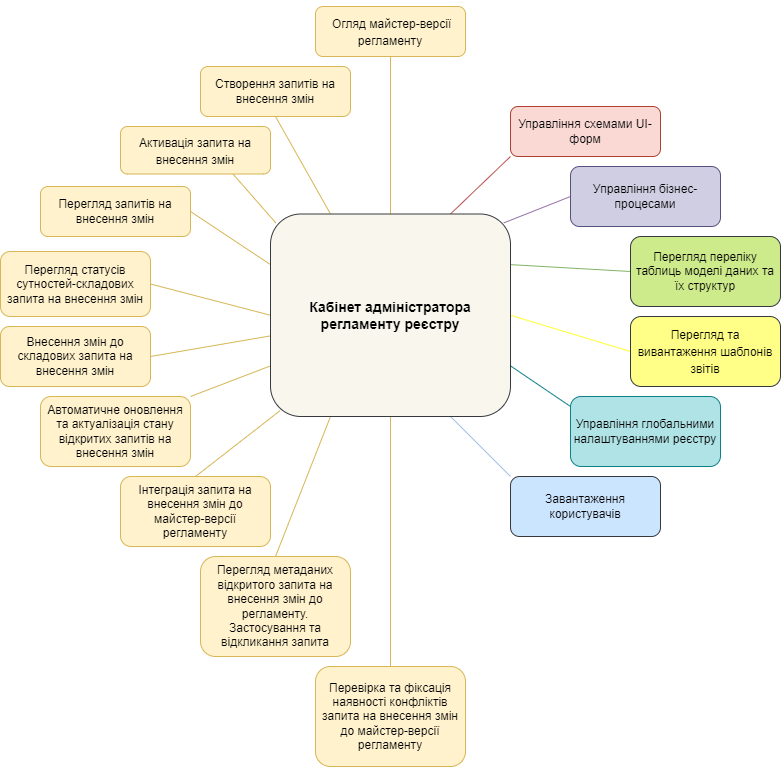
epam/edp-ddm-architecture keeps this draw.io diagram as docs/en/modules/registry-develop/images/registry-admin/admin-portal/admin-portal-new-diagram.png. Above is the earlier version. Source tidied: cells renumbered, new cells last; positions are measured from the earlier drawing's top-left corner, leaving out a move shared by most shapes.
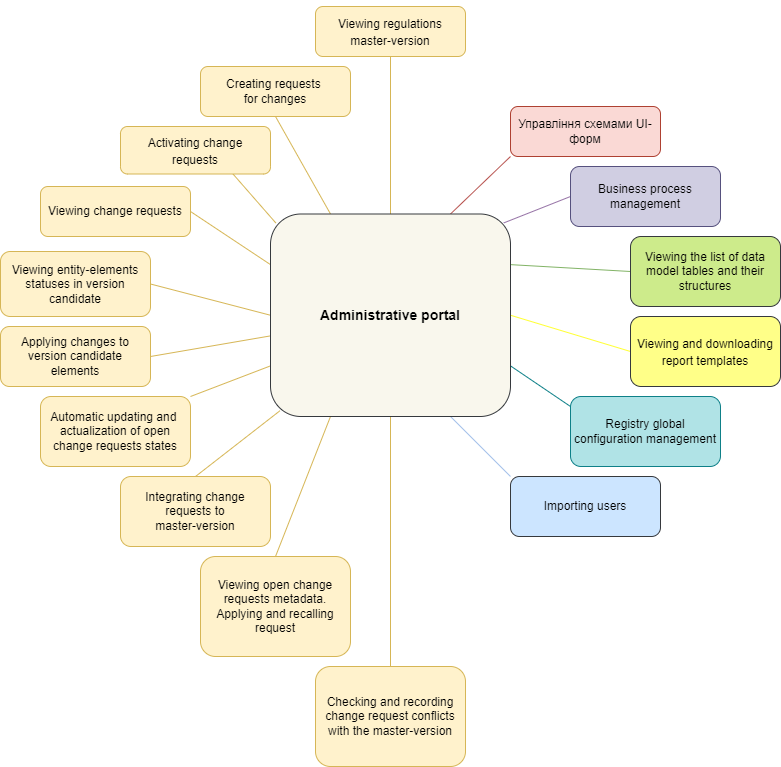
Above is the later version.

Commit message:
[EDP-DDM-25987] Added admin-portal overview, translated admin-portal overview, translated admin-portal-new-diagram

Change to the diagram source:
```diff
@@ -52,55 +52,55 @@
     <mxCell id="17" style="edgeStyle=none;rounded=0;jettySize=auto;html=1;exitX=0.25;exitY=0;exitDx=0;exitDy=0;entryX=0.5;entryY=1;entryDx=0;entryDy=0;fontSize=14;endArrow=none;endFill=0;fillColor=#fff2cc;strokeColor=#d6b656;" parent="1" edge="1" source="18" target="23">
       <mxGeometry relative="1" as="geometry" />
     </mxCell>
-    <mxCell id="18" value="&lt;font style=&quot;font-size: 14px&quot;&gt;&lt;b&gt;Кабінет адміністратора регламенту реєстру&lt;/b&gt;&lt;/font&gt;" style="rounded=1;whiteSpace=wrap;html=1;fillColor=#f9f7ed;strokeColor=#36393d;" parent="1" vertex="1">
+    <mxCell id="18" value="&lt;font style=&quot;font-size: 14px&quot;&gt;&lt;b&gt;Administrative portal&lt;/b&gt;&lt;/font&gt;" style="rounded=1;whiteSpace=wrap;html=1;fillColor=#f9f7ed;strokeColor=#36393d;" parent="1" vertex="1">
       <mxGeometry x="270" y="207.5" width="240" height="202.5" as="geometry" />
     </mxCell>
-    <mxCell id="19" value="Перегляд запитів на внесення змін" style="rounded=1;whiteSpace=wrap;html=1;fillColor=#fff2cc;strokeColor=#d6b656;" parent="1" vertex="1">
+    <mxCell id="19" value="Viewing change requests" style="rounded=1;whiteSpace=wrap;html=1;fillColor=#fff2cc;strokeColor=#d6b656;" parent="1" vertex="1">
       <mxGeometry x="40" y="180" width="150" height="50" as="geometry" />
     </mxCell>
-    <mxCell id="20" value="Завантаження користувачів" style="rounded=1;whiteSpace=wrap;html=1;fillColor=#cce5ff;strokeColor=#36393d;" parent="1" vertex="1">
+    <mxCell id="20" value="Importing users" style="rounded=1;whiteSpace=wrap;html=1;fillColor=#cce5ff;strokeColor=#36393d;" parent="1" vertex="1">
       <mxGeometry x="510" y="470" width="150" height="60" as="geometry" />
     </mxCell>
-    <mxCell id="21" value="&lt;h3&gt;&lt;a name=&quot;_Toc115708263&quot; style=&quot;font-size: 12px&quot;&gt;&lt;span lang=&quot;UK&quot;&gt;&lt;span style=&quot;font-weight: normal&quot;&gt;&amp;nbsp;Огляд майстер-версії регламенту&lt;br&gt;&lt;/span&gt;&lt;/span&gt;&lt;/a&gt;&lt;/h3&gt;" style="rounded=1;whiteSpace=wrap;html=1;fillColor=#fff2cc;strokeColor=#d6b656;" parent="1" vertex="1">
+    <mxCell id="21" value="&lt;h3&gt;&lt;a name=&quot;_Toc115708263&quot; style=&quot;font-size: 12px&quot;&gt;&lt;span lang=&quot;UK&quot;&gt;&lt;span style=&quot;font-weight: normal&quot;&gt;Viewing regulations &lt;br&gt;master-version&lt;br&gt;&lt;/span&gt;&lt;/span&gt;&lt;/a&gt;&lt;/h3&gt;" style="rounded=1;whiteSpace=wrap;html=1;fillColor=#fff2cc;strokeColor=#d6b656;" parent="1" vertex="1">
       <mxGeometry x="315" width="150" height="50" as="geometry" />
     </mxCell>
-    <mxCell id="22" value="Перегляд статусів сутностей-складових запита на внесення змін&lt;br&gt;&lt;span style=&quot;font-size: 12.0pt ; line-height: 107% ; font-family: &amp;#34;calibri&amp;#34; , sans-serif&quot; lang=&quot;UK&quot;&gt;&lt;/span&gt;" style="rounded=1;whiteSpace=wrap;html=1;fillColor=#fff2cc;strokeColor=#d6b656;" parent="1" vertex="1">
+    <mxCell id="22" value="Viewing entity-elements&lt;br&gt;statuses in version&lt;br&gt;candidate" style="rounded=1;whiteSpace=wrap;html=1;fillColor=#fff2cc;strokeColor=#d6b656;" parent="1" vertex="1">
       <mxGeometry y="245" width="150" height="65" as="geometry" />
     </mxCell>
-    <mxCell id="23" value="&lt;span lang=&quot;UK&quot;&gt;Створення запитів на внесення змін &lt;/span&gt;" style="whiteSpace=wrap;html=1;fillColor=#fff2cc;strokeColor=#d6b656;rounded=1;" parent="1" vertex="1">
+    <mxCell id="23" value="&lt;span lang=&quot;UK&quot;&gt;Creating requests&amp;nbsp;&lt;br&gt;for changes&lt;br&gt;&lt;/span&gt;" style="whiteSpace=wrap;html=1;fillColor=#fff2cc;strokeColor=#d6b656;rounded=1;" parent="1" vertex="1">
       <mxGeometry x="200" y="60" width="150" height="50" as="geometry" />
     </mxCell>
-    <mxCell id="24" value="&lt;h3&gt;&lt;a name=&quot;_Toc115708266&quot; style=&quot;font-size: 12px&quot;&gt;&lt;span lang=&quot;UK&quot;&gt;&lt;span style=&quot;font-weight: normal&quot;&gt;Активація запита на внесення змін&lt;/span&gt;&lt;br&gt;&lt;/span&gt;&lt;/a&gt;&lt;/h3&gt;" style="whiteSpace=wrap;html=1;fillColor=#fff2cc;strokeColor=#d6b656;rounded=1;" parent="1" vertex="1">
+    <mxCell id="24" value="&lt;h3&gt;&lt;a name=&quot;_Toc115708266&quot; style=&quot;font-size: 12px&quot;&gt;&lt;span lang=&quot;UK&quot;&gt;&lt;span style=&quot;font-weight: normal&quot;&gt;Activating change&lt;br&gt;&lt;/span&gt;&lt;span style=&quot;font-weight: normal;&quot;&gt;requests&lt;/span&gt;&lt;/span&gt;&lt;/a&gt;&lt;/h3&gt;" style="whiteSpace=wrap;html=1;fillColor=#fff2cc;strokeColor=#d6b656;rounded=1;" parent="1" vertex="1">
       <mxGeometry x="120" y="120" width="150" height="47.5" as="geometry" />
     </mxCell>
-    <mxCell id="25" value="&lt;span lang=&quot;UK&quot;&gt;Внесення змін до складових запита на внесення змін &lt;/span&gt;" style="whiteSpace=wrap;html=1;fillColor=#fff2cc;strokeColor=#d6b656;rounded=1;" parent="1" vertex="1">
+    <mxCell id="25" value="&lt;span lang=&quot;UK&quot;&gt;Applying changes to&lt;br&gt;version candidate&lt;br&gt;elements&lt;br&gt;&lt;/span&gt;" style="whiteSpace=wrap;html=1;fillColor=#fff2cc;strokeColor=#d6b656;rounded=1;" parent="1" vertex="1">
       <mxGeometry y="320" width="150" height="60" as="geometry" />
     </mxCell>
-    <mxCell id="26" value="&lt;span lang=&quot;UK&quot;&gt;Автоматичне оновлення та актуалізація стану відкритих запитів на внесення змін&lt;br&gt;&lt;/span&gt;" style="whiteSpace=wrap;html=1;fillColor=#fff2cc;strokeColor=#d6b656;rounded=1;" parent="1" vertex="1">
+    <mxCell id="26" value="&lt;span lang=&quot;UK&quot;&gt;Automatic updating and&amp;nbsp;&lt;br&gt;actualization of open&lt;br&gt;change requests states&lt;br&gt;&lt;/span&gt;" style="whiteSpace=wrap;html=1;fillColor=#fff2cc;strokeColor=#d6b656;rounded=1;" parent="1" vertex="1">
       <mxGeometry x="40" y="390" width="150" height="70" as="geometry" />
     </mxCell>
-    <mxCell id="27" value="&lt;span lang=&quot;UK&quot;&gt;Інтеграція запита на внесення змін до майстер-версії регламенту&lt;/span&gt;" style="whiteSpace=wrap;html=1;fillColor=#fff2cc;strokeColor=#d6b656;rounded=1;" parent="1" vertex="1">
+    <mxCell id="27" value="&lt;span lang=&quot;UK&quot;&gt;Integrating change &lt;br&gt;requests to &lt;br&gt;master-version&lt;/span&gt;" style="whiteSpace=wrap;html=1;fillColor=#fff2cc;strokeColor=#d6b656;rounded=1;" parent="1" vertex="1">
       <mxGeometry x="120" y="470" width="150" height="70" as="geometry" />
     </mxCell>
-    <mxCell id="28" value="&lt;div&gt;&lt;a name=&quot;_Toc115708270&quot;&gt;&lt;span lang=&quot;UK&quot;&gt;Перегляд метаданих відкритого запита на внесення змін до регламенту.&lt;/span&gt;&lt;/a&gt;&lt;/div&gt;&lt;div&gt;&lt;a name=&quot;_Toc115708270&quot;&gt;&lt;span lang=&quot;UK&quot;&gt;Застосування та відкликання запита&lt;/span&gt;&lt;/a&gt;&lt;/div&gt;" style="whiteSpace=wrap;html=1;fillColor=#fff2cc;strokeColor=#d6b656;rounded=1;" parent="1" vertex="1">
+    <mxCell id="28" value="&lt;div&gt;Viewing open change requests metadata. Applying and recalling request&lt;/div&gt;" style="whiteSpace=wrap;html=1;fillColor=#fff2cc;strokeColor=#d6b656;rounded=1;" parent="1" vertex="1">
       <mxGeometry x="200" y="550" width="150" height="100" as="geometry" />
     </mxCell>
-    <mxCell id="29" value="&lt;span lang=&quot;UK&quot;&gt;Перевірка&lt;/span&gt;&lt;span lang=&quot;UK&quot;&gt; та фіксація наявності конфліктів запита на внесення змін до майстер-версії регламенту &lt;/span&gt;" style="whiteSpace=wrap;html=1;fillColor=#fff2cc;strokeColor=#d6b656;rounded=1;" parent="1" vertex="1">
+    <mxCell id="29" value="Checking and recording change request conflicts with the master-version" style="whiteSpace=wrap;html=1;fillColor=#fff2cc;strokeColor=#d6b656;rounded=1;" parent="1" vertex="1">
       <mxGeometry x="315" y="660" width="150" height="100" as="geometry" />
     </mxCell>
     <mxCell id="30" value="&lt;a name=&quot;_Toc115708272&quot;&gt;&lt;span lang=&quot;UK&quot;&gt;Управління&lt;/span&gt;&lt;span lang=&quot;UK&quot;&gt; схемами UI-форм&lt;br&gt;&lt;/span&gt;&lt;/a&gt;" style="rounded=1;whiteSpace=wrap;html=1;fillColor=#fad9d5;strokeColor=#ae4132;" parent="1" vertex="1">
       <mxGeometry x="510" y="100" width="150" height="50" as="geometry" />
     </mxCell>
-    <mxCell id="31" value="&lt;a name=&quot;_Toc115708273&quot;&gt;&lt;span lang=&quot;UK&quot;&gt;У&lt;/span&gt;&lt;span lang=&quot;UK&quot;&gt;правління бізнес-процесами&lt;br&gt;&lt;/span&gt;&lt;/a&gt;" style="rounded=1;whiteSpace=wrap;html=1;fillColor=#d0cee2;strokeColor=#56517e;" parent="1" vertex="1">
+    <mxCell id="31" value="&lt;a name=&quot;_Toc115708273&quot;&gt;&lt;span lang=&quot;UK&quot;&gt;Business process management&lt;br&gt;&lt;/span&gt;&lt;/a&gt;" style="rounded=1;whiteSpace=wrap;html=1;fillColor=#d0cee2;strokeColor=#56517e;" parent="1" vertex="1">
       <mxGeometry x="570" y="160" width="150" height="60" as="geometry" />
     </mxCell>
-    <mxCell id="32" value="&lt;a name=&quot;_Toc115708274&quot;&gt;&lt;span lang=&quot;UK&quot;&gt;Перегляд&lt;/span&gt;&lt;span lang=&quot;UK&quot;&gt; переліку таблиць моделі даних та їх структур&lt;/span&gt;&lt;/a&gt;" style="rounded=1;whiteSpace=wrap;html=1;fillColor=#cdeb8b;strokeColor=#36393d;" parent="1" vertex="1">
+    <mxCell id="32" value="Viewing the list of data model tables and their structures" style="rounded=1;whiteSpace=wrap;html=1;fillColor=#cdeb8b;strokeColor=#36393d;" parent="1" vertex="1">
       <mxGeometry x="630" y="230" width="150" height="70" as="geometry" />
     </mxCell>
-    <mxCell id="33" value="&lt;a name=&quot;_Toc115708275&quot;&gt;&lt;span lang=&quot;UK&quot;&gt;Управління&lt;/span&gt;&lt;span lang=&quot;UK&quot;&gt; глобальними налаштуваннями реєстру&lt;/span&gt;&lt;/a&gt;" style="rounded=1;whiteSpace=wrap;html=1;fillColor=#b0e3e6;strokeColor=#0e8088;" parent="1" vertex="1">
+    <mxCell id="33" value="Registry global configuration management" style="rounded=1;whiteSpace=wrap;html=1;fillColor=#b0e3e6;strokeColor=#0e8088;" parent="1" vertex="1">
       <mxGeometry x="570" y="390" width="150" height="70" as="geometry" />
     </mxCell>
-    <mxCell id="34" value="&lt;h3&gt;&lt;a name=&quot;_Toc115708276&quot; style=&quot;font-size: 12px&quot;&gt;&lt;span lang=&quot;UK&quot;&gt;&lt;span style=&quot;font-weight: normal&quot;&gt;Перегляд&lt;/span&gt;&lt;/span&gt;&lt;/a&gt;&lt;span style=&quot;font-size: 12px&quot;&gt;&lt;span lang=&quot;UK&quot;&gt;&lt;span style=&quot;font-weight: normal&quot;&gt; та вивантаження шаблонів звітів&lt;br&gt;&lt;/span&gt;&lt;/span&gt;&lt;/span&gt;&lt;/h3&gt;" style="rounded=1;whiteSpace=wrap;html=1;fillColor=#ffff88;strokeColor=#36393d;" parent="1" vertex="1">
+    <mxCell id="34" value="&lt;h3&gt;&lt;span style=&quot;font-size: 12px&quot;&gt;&lt;span lang=&quot;UK&quot;&gt;&lt;span style=&quot;font-weight: normal&quot;&gt;Viewing and downloading report templates&lt;/span&gt;&lt;/span&gt;&lt;/span&gt;&lt;/h3&gt;" style="rounded=1;whiteSpace=wrap;html=1;fillColor=#ffff88;strokeColor=#36393d;" parent="1" vertex="1">
       <mxGeometry x="630" y="310" width="150" height="70" as="geometry" />
     </mxCell>
   </root>
```
